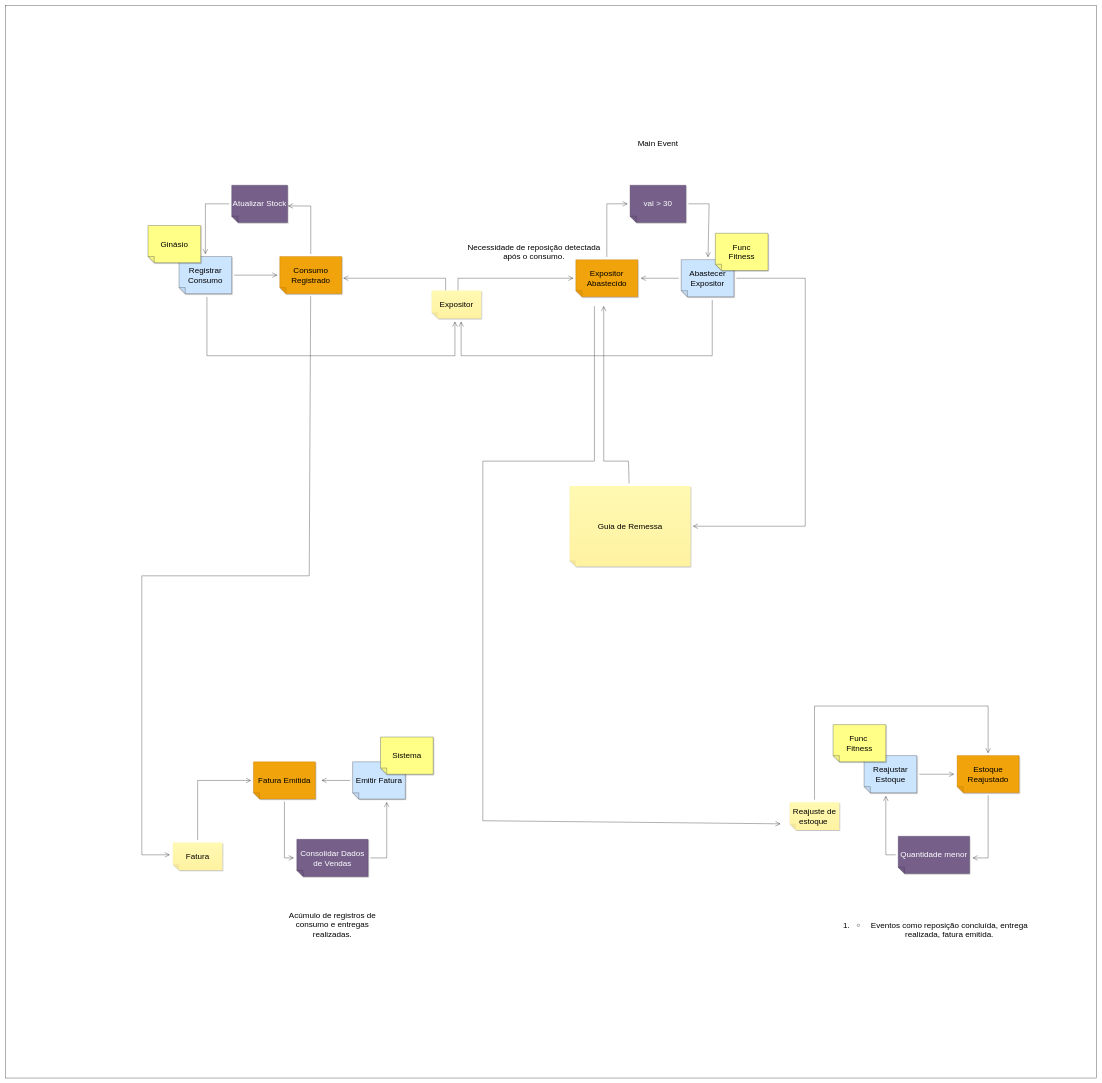
Tito-Cazanga/tcazanga-estagio-2024-04 keeps this draw.io diagram as draw/event_storming.drawio. Above is the earlier version. Source tidied: cells renumbered, new cells numbered last; positions are measured from the earlier drawing's top-left corner, leaving out a move shared by most shapes. Both pictures are drawn from the tidied source at 31%, with x=0, y=0 at pixel (5, 5).
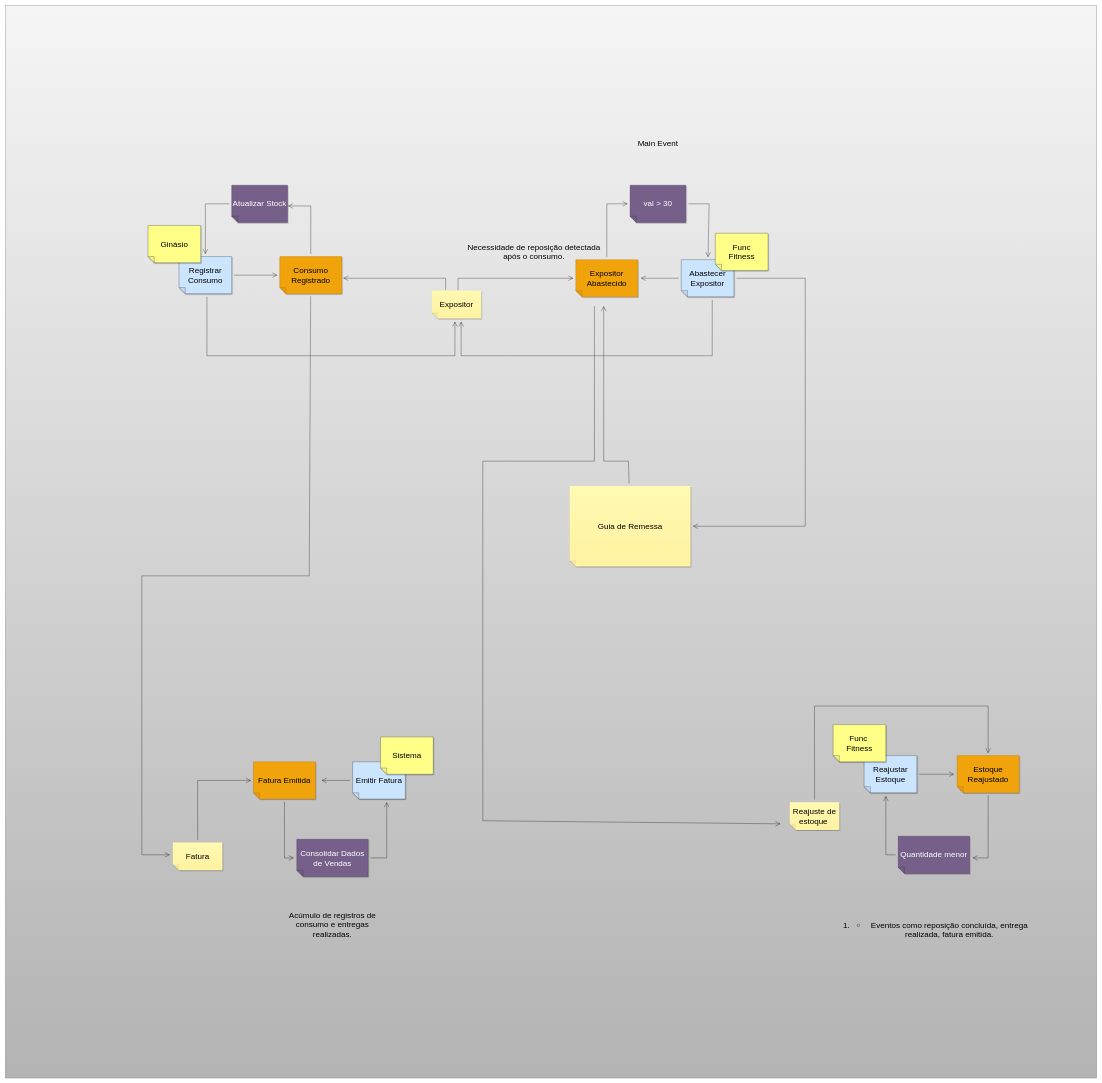
The same diagram, later.

Diff of the diagram source:
```diff
@@
-    <mxCell id="2" style="rounded=0;whiteSpace=wrap;html=1;fontSize=26;" parent="1" vertex="1">
+    <mxCell id="2" style="rounded=0;whiteSpace=wrap;html=1;fontSize=26;fillColor=#f5f5f5;gradientColor=#b3b3b3;strokeColor=#666666;" parent="1" vertex="1">
       <mxGeometry width="3520" height="3460" as="geometry" />
     </mxCell>
```
